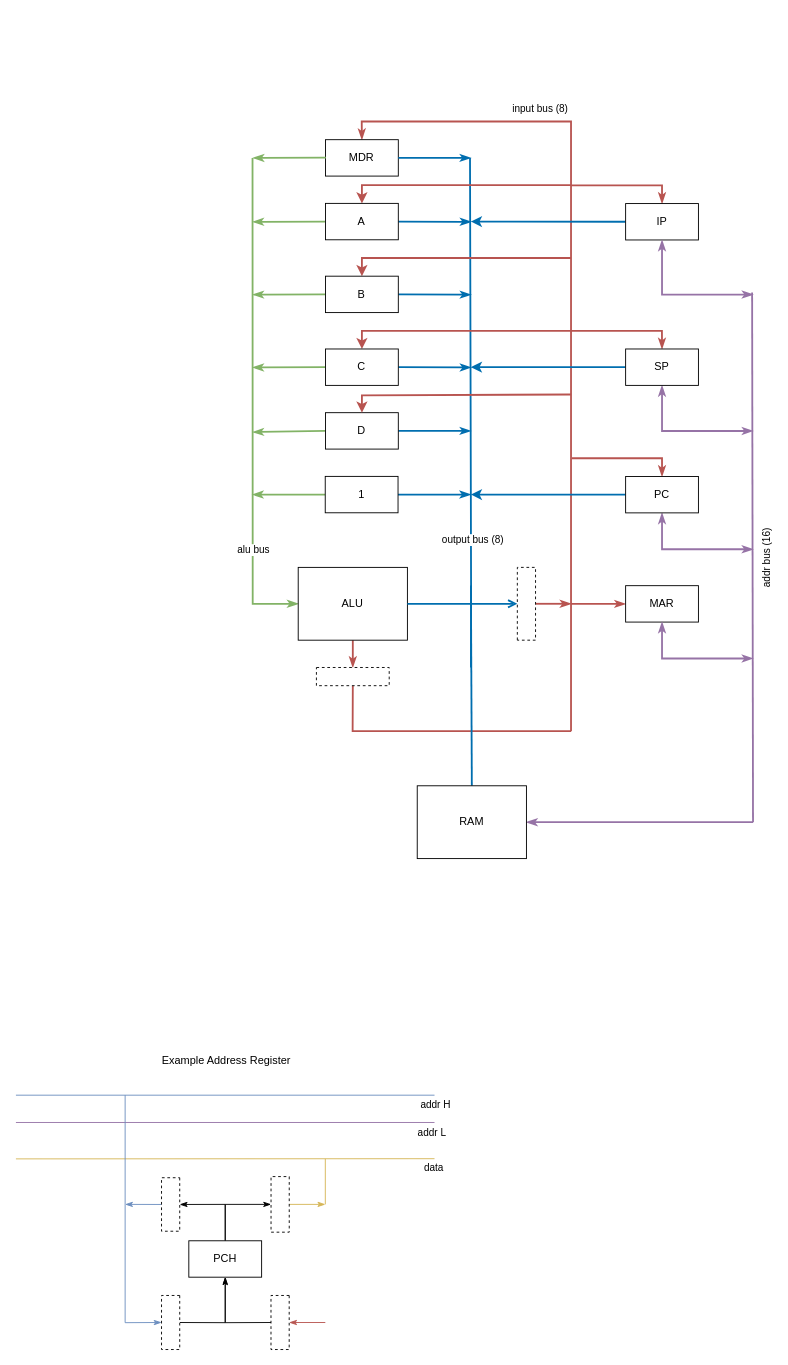
The draw.io diagram design.drawio in ecoshub/asme8, before the edit. Source tidied: cells renumbered, new cells numbered last; positions are measured from the earlier drawing's top-left corner, leaving out a move shared by most shapes. Both pictures are drawn from the tidied source at 91%, with x=0, y=0 at pixel (15, 121).
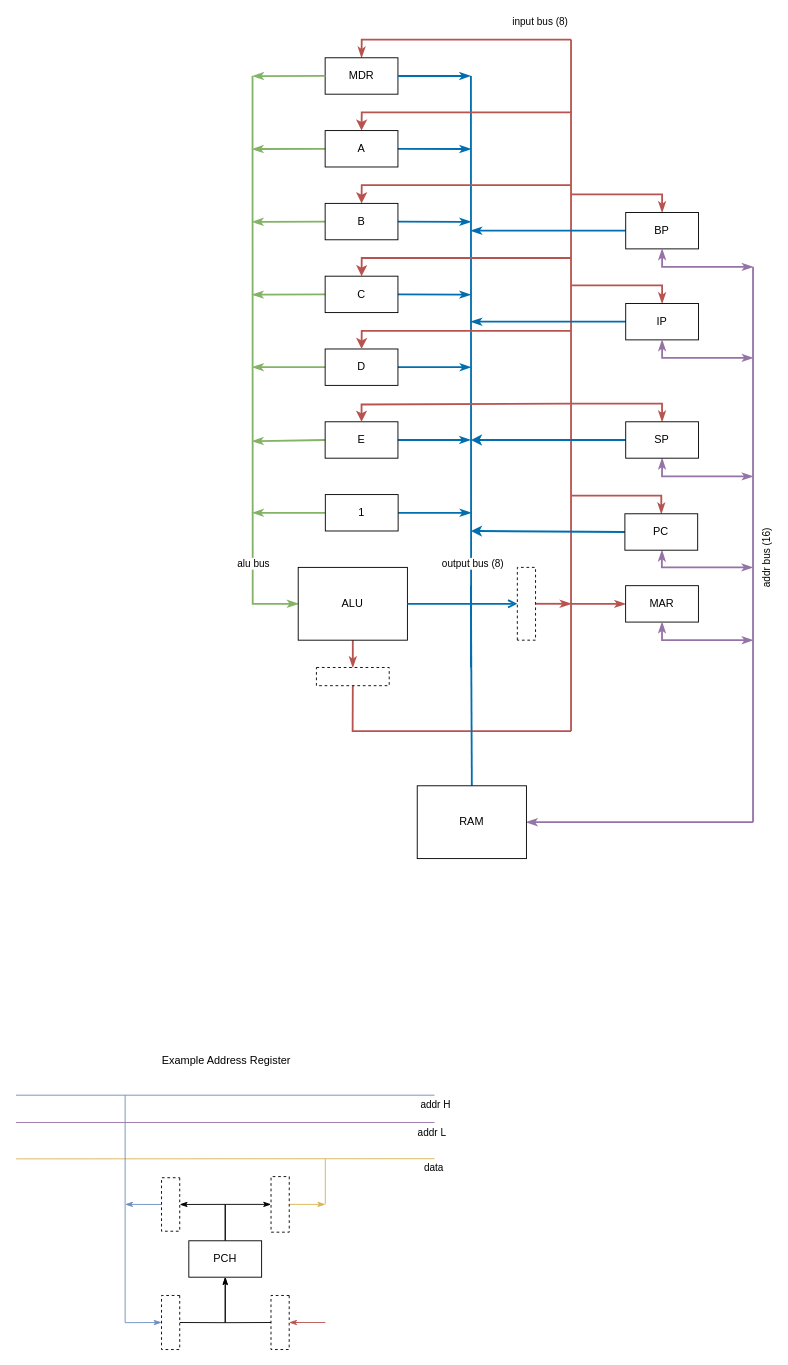
The same page after the edit.

Unchanged cells that the change refers to:
```xml
<mxCell id="7" value="ALU" style="rounded=0;whiteSpace=wrap;html=1;" parent="1" vertex="1">
  <mxGeometry x="310.2" y="490" width="120" height="80" as="geometry" />
</mxCell>
<mxCell id="64" value="MAR" style="rounded=0;whiteSpace=wrap;html=1;" parent="1" vertex="1">
  <mxGeometry x="670" y="510.1" width="80" height="40" as="geometry" />
</mxCell>
```

Diff of the diagram source:
```diff
@@
     <mxCell id="3" style="edgeStyle=none;html=1;exitX=0;exitY=0.5;exitDx=0;exitDy=0;startArrow=classicThin;startFill=1;endArrow=none;endFill=0;fillColor=#d5e8d4;strokeColor=#82b366;strokeWidth=2;rounded=0;" parent="1" edge="1" source="7">
       <mxGeometry relative="1" as="geometry">
-        <mxPoint x="260" y="40" as="targetPoint" />
+        <mxPoint x="260" y="-50" as="targetPoint" />
         <Array as="points">
           <mxPoint x="260.2" y="530" />
         </Array>
       </mxGeometry>
     </mxCell>
     <mxCell id="4" value="alu bus" style="edgeLabel;html=1;align=center;verticalAlign=middle;" parent="3" vertex="1">
       <mxGeometry x="-0.5" y="1" relative="1" as="geometry">
-        <mxPoint x="1" y="25" as="offset" />
+        <mxPoint x="1" y="63" as="offset" />
       </mxGeometry>
     </mxCell>
     <mxCell id="5" style="edgeStyle=none;html=1;startArrow=none;startFill=0;endArrow=none;endFill=0;rounded=0;strokeWidth=2;fillColor=#1ba1e2;strokeColor=#006EAF;" parent="1" edge="1">
       <mxGeometry relative="1" as="geometry">
         <mxPoint x="500" y="600" as="sourcePoint" />
-        <mxPoint x="499" y="40" as="targetPoint" />
+        <mxPoint x="500" y="-50" as="targetPoint" />
         <Array as="points">
           <mxPoint x="500.2" y="530" />
         </Array>
       </mxGeometry>
     </mxCell>
     <mxCell id="6" value="output bus (8)" style="edgeLabel;html=1;align=center;verticalAlign=middle;" parent="5" vertex="1">
       <mxGeometry x="-0.6" relative="1" as="geometry">
-        <mxPoint x="1" y="-29" as="offset" />
+        <mxPoint x="1" y="15" as="offset" />
       </mxGeometry>
     </mxCell>
@@
     <mxCell id="8" style="edgeStyle=none;html=1;exitX=0;exitY=0.5;exitDx=0;exitDy=0;startArrow=none;startFill=0;endArrow=classicThin;endFill=1;fillColor=#d5e8d4;strokeColor=#82b366;strokeWidth=2;" parent="1" edge="1" source="11">
       <mxGeometry relative="1" as="geometry">
-        <mxPoint x="260.2" y="270.3" as="targetPoint" />
+        <mxPoint x="259.8" y="190.3" as="targetPoint" />
       </mxGeometry>
     </mxCell>
     <mxCell id="9" style="edgeStyle=none;html=1;exitX=1;exitY=0.5;exitDx=0;exitDy=0;startArrow=none;startFill=0;endArrow=classicThin;endFill=1;strokeWidth=2;fillColor=#1ba1e2;strokeColor=#006EAF;" parent="1" edge="1" source="11">
       <mxGeometry relative="1" as="geometry">
-        <mxPoint x="500.2" y="270.3" as="targetPoint" />
+        <mxPoint x="499.8" y="190.3" as="targetPoint" />
       </mxGeometry>
     </mxCell>
     <mxCell id="10" style="edgeStyle=none;rounded=0;html=1;exitX=0.5;exitY=0;exitDx=0;exitDy=0;startArrow=classic;startFill=1;endArrow=none;endFill=0;fillColor=#f8cecc;strokeColor=#b85450;strokeWidth=2;" parent="1" edge="1" source="11">
       <mxGeometry relative="1" as="geometry">
-        <mxPoint x="610" y="230" as="targetPoint" />
+        <mxPoint x="610" y="150" as="targetPoint" />
         <Array as="points">
-          <mxPoint x="380.2" y="230" />
+          <mxPoint x="380" y="150" />
         </Array>
       </mxGeometry>
     </mxCell>
     <mxCell id="11" value="C" style="rounded=0;whiteSpace=wrap;html=1;" parent="1" vertex="1">
-      <mxGeometry x="340.2" y="250" width="80" height="40" as="geometry" />
+      <mxGeometry x="339.8" y="170" width="80" height="40" as="geometry" />
     </mxCell>
     <mxCell id="12" style="edgeStyle=none;html=1;exitX=0;exitY=0.5;exitDx=0;exitDy=0;startArrow=none;startFill=0;endArrow=classicThin;endFill=1;fillColor=#d5e8d4;strokeColor=#82b366;strokeWidth=2;" parent="1" edge="1" source="15">
       <mxGeometry relative="1" as="geometry">
-        <mxPoint x="260.2" y="190.3" as="targetPoint" />
+        <mxPoint x="259.8" y="110.3" as="targetPoint" />
       </mxGeometry>
     </mxCell>
     <mxCell id="13" style="edgeStyle=none;html=1;exitX=1;exitY=0.5;exitDx=0;exitDy=0;startArrow=none;startFill=0;endArrow=classicThin;endFill=1;strokeWidth=2;fillColor=#1ba1e2;strokeColor=#006EAF;" parent="1" edge="1" source="15">
       <mxGeometry relative="1" as="geometry">
-        <mxPoint x="500.2" y="190.3" as="targetPoint" />
+        <mxPoint x="499.8" y="110.3" as="targetPoint" />
       </mxGeometry>
     </mxCell>
     <mxCell id="14" style="edgeStyle=none;rounded=0;html=1;exitX=0.5;exitY=0;exitDx=0;exitDy=0;startArrow=classic;startFill=1;endArrow=none;endFill=0;fillColor=#f8cecc;strokeColor=#b85450;strokeWidth=2;" parent="1" edge="1" source="15">
       <mxGeometry relative="1" as="geometry">
-        <mxPoint x="610" y="150" as="targetPoint" />
+        <mxPoint x="610" y="70" as="targetPoint" />
         <Array as="points">
-          <mxPoint x="380.2" y="150" />
+          <mxPoint x="380" y="70" />
         </Array>
       </mxGeometry>
     </mxCell>
     <mxCell id="15" value="B" style="rounded=0;whiteSpace=wrap;html=1;" parent="1" vertex="1">
-      <mxGeometry x="340.2" y="170" width="80" height="40" as="geometry" />
+      <mxGeometry x="339.8" y="90" width="80" height="40" as="geometry" />
     </mxCell>
     <mxCell id="16" style="edgeStyle=none;html=1;exitX=0;exitY=0.5;exitDx=0;exitDy=0;startArrow=none;startFill=0;endArrow=classicThin;endFill=1;fillColor=#d5e8d4;strokeColor=#82b366;strokeWidth=2;" parent="1" edge="1" source="19">
       <mxGeometry relative="1" as="geometry">
-        <mxPoint x="260.2" y="110.3" as="targetPoint" />
+        <mxPoint x="259.8" y="30.3" as="targetPoint" />
       </mxGeometry>
     </mxCell>
     <mxCell id="17" style="edgeStyle=none;html=1;exitX=1;exitY=0.5;exitDx=0;exitDy=0;startArrow=none;startFill=0;endArrow=classicThin;endFill=1;strokeWidth=2;fillColor=#1ba1e2;strokeColor=#006EAF;" parent="1" edge="1" source="19">
       <mxGeometry relative="1" as="geometry">
-        <mxPoint x="500.2" y="110.3" as="targetPoint" />
+        <mxPoint x="499.8" y="30.3" as="targetPoint" />
       </mxGeometry>
     </mxCell>
     <mxCell id="18" style="edgeStyle=none;rounded=0;html=1;exitX=0.5;exitY=0;exitDx=0;exitDy=0;startArrow=classic;startFill=1;endArrow=none;endFill=0;fillColor=#f8cecc;strokeColor=#b85450;strokeWidth=2;" parent="1" edge="1" source="19">
       <mxGeometry relative="1" as="geometry">
-        <mxPoint x="610" y="70" as="targetPoint" />
+        <mxPoint x="610" y="-10" as="targetPoint" />
         <Array as="points">
-          <mxPoint x="380.2" y="70" />
+          <mxPoint x="380" y="-10" />
         </Array>
       </mxGeometry>
     </mxCell>
     <mxCell id="19" value="A" style="rounded=0;whiteSpace=wrap;html=1;" parent="1" vertex="1">
-      <mxGeometry x="340.2" y="90" width="80" height="40" as="geometry" />
+      <mxGeometry x="339.8" y="10" width="80" height="40" as="geometry" />
     </mxCell>
@@
     <mxCell id="25" style="edgeStyle=none;html=1;exitX=0;exitY=0.5;exitDx=0;exitDy=0;startArrow=none;startFill=0;endArrow=classicThin;endFill=1;fillColor=#d5e8d4;strokeColor=#82b366;strokeWidth=2;" parent="1" edge="1" source="27">
       <mxGeometry relative="1" as="geometry">
-        <mxPoint x="259.8" y="410" as="targetPoint" />
+        <mxPoint x="260" y="430" as="targetPoint" />
       </mxGeometry>
     </mxCell>
     <mxCell id="26" style="edgeStyle=none;html=1;exitX=1;exitY=0.5;exitDx=0;exitDy=0;startArrow=none;startFill=0;endArrow=classicThin;endFill=1;strokeWidth=2;fillColor=#1ba1e2;strokeColor=#006EAF;" parent="1" edge="1" source="27">
       <mxGeometry relative="1" as="geometry">
-        <mxPoint x="499.8" y="410" as="targetPoint" />
+        <mxPoint x="500" y="430" as="targetPoint" />
       </mxGeometry>
     </mxCell>
     <mxCell id="27" value="1" style="rounded=0;whiteSpace=wrap;html=1;" parent="1" vertex="1">
-      <mxGeometry x="339.9" y="390" width="80" height="40" as="geometry" />
+      <mxGeometry x="340" y="410" width="80" height="40" as="geometry" />
     </mxCell>
     <mxCell id="28" style="endArrow=none;html=1;rounded=0;fillColor=#f8cecc;strokeColor=#b85450;strokeWidth=2;" parent="1" edge="1">
       <mxGeometry relative="1" as="geometry">
         <mxPoint x="610" y="670" as="sourcePoint" />
-        <mxPoint x="610" y="70" as="targetPoint" />
+        <mxPoint x="610" y="-90" as="targetPoint" />
       </mxGeometry>
     </mxCell>
     <mxCell id="29" value="input bus (8)" style="edgeLabel;html=1;align=center;verticalAlign=middle;" parent="28" vertex="1">
       <mxGeometry x="0.84" y="-1" relative="1" as="geometry">
-        <mxPoint x="-36" y="-133" as="offset" />
+        <mxPoint x="-36" y="-81" as="offset" />
       </mxGeometry>
     </mxCell>
     <mxCell id="30" style="edgeStyle=none;html=1;exitX=0;exitY=0.5;exitDx=0;exitDy=0;startArrow=none;startFill=0;endArrow=classicThin;endFill=1;fillColor=#d5e8d4;strokeColor=#82b366;strokeWidth=2;" parent="1" edge="1" source="32">
       <mxGeometry relative="1" as="geometry">
-        <mxPoint x="260.2" y="341.3" as="targetPoint" />
+        <mxPoint x="260" y="270" as="targetPoint" />
       </mxGeometry>
     </mxCell>
     <mxCell id="31" style="edgeStyle=none;html=1;exitX=1;exitY=0.5;exitDx=0;exitDy=0;startArrow=none;startFill=0;endArrow=classicThin;endFill=1;strokeWidth=2;fillColor=#1ba1e2;strokeColor=#006EAF;" parent="1" edge="1" source="32">
       <mxGeometry relative="1" as="geometry">
-        <mxPoint x="500" y="340" as="targetPoint" />
+        <mxPoint x="500" y="270" as="targetPoint" />
       </mxGeometry>
     </mxCell>
     <mxCell id="32" value="D" style="rounded=0;whiteSpace=wrap;html=1;" parent="1" vertex="1">
-      <mxGeometry x="340.2" y="320" width="80" height="40" as="geometry" />
+      <mxGeometry x="339.8" y="250" width="80" height="40" as="geometry" />
     </mxCell>
     <mxCell id="33" style="edgeStyle=none;rounded=0;html=1;startArrow=classic;startFill=1;endArrow=none;endFill=0;fillColor=#f8cecc;strokeColor=#b85450;strokeWidth=2;exitX=0.5;exitY=0;exitDx=0;exitDy=0;" parent="1" edge="1" source="32">
       <mxGeometry relative="1" as="geometry">
-        <mxPoint x="610" y="300" as="targetPoint" />
+        <mxPoint x="610" y="230" as="targetPoint" />
         <Array as="points">
-          <mxPoint x="380.2" y="301" />
+          <mxPoint x="380" y="230" />
         </Array>
       </mxGeometry>
     </mxCell>
-    <mxCell id="34" style="edgeStyle=none;rounded=0;html=1;strokeWidth=2;fillColor=#e1d5e7;strokeColor=#9673a6;exitX=0.5;exitY=1;exitDx=0;exitDy=0;startArrow=classicThin;startFill=1;endArrow=classicThin;endFill=1;" parent="1" edge="1" source="37">
+    <mxCell id="34" style="edgeStyle=none;rounded=0;html=1;strokeWidth=2;fillColor=#e1d5e7;strokeColor=#9673a6;exitX=0.509;exitY=1.004;exitDx=0;exitDy=0;startArrow=classicThin;startFill=1;endArrow=classicThin;endFill=1;exitPerimeter=0;" parent="1" edge="1" source="37">
       <mxGeometry relative="1" as="geometry">
-        <mxPoint x="810" y="470.1" as="targetPoint" />
+        <mxPoint x="809.8" y="490" as="targetPoint" />
         <Array as="points">
-          <mxPoint x="710" y="470.1" />
+          <mxPoint x="709.8" y="490" />
         </Array>
       </mxGeometry>
     </mxCell>
     <mxCell id="35" style="edgeStyle=none;rounded=0;html=1;startArrow=classicThin;startFill=1;endArrow=none;endFill=0;strokeWidth=2;fillColor=#f8cecc;strokeColor=#b85450;exitX=0.5;exitY=0;exitDx=0;exitDy=0;" parent="1" edge="1" source="37">
       <mxGeometry relative="1" as="geometry">
-        <mxPoint x="611" y="370.1" as="targetPoint" />
+        <mxPoint x="610.2" y="411.1" as="targetPoint" />
         <Array as="points">
-          <mxPoint x="710" y="370.1" />
+          <mxPoint x="709.2" y="411.1" />
         </Array>
       </mxGeometry>
     </mxCell>
     <mxCell id="36" style="edgeStyle=none;html=1;exitX=0;exitY=0.5;exitDx=0;exitDy=0;strokeWidth=2;fillColor=#1ba1e2;strokeColor=#006EAF;" parent="1" edge="1" source="37">
       <mxGeometry relative="1" as="geometry">
-        <mxPoint x="500" y="410" as="targetPoint" />
+        <mxPoint x="500" y="450" as="targetPoint" />
       </mxGeometry>
     </mxCell>
     <mxCell id="37" value="PC" style="rounded=0;whiteSpace=wrap;html=1;" parent="1" vertex="1">
-      <mxGeometry x="670" y="390.1" width="80" height="40" as="geometry" />
+      <mxGeometry x="669.2" y="431.1" width="80" height="40" as="geometry" />
     </mxCell>
@@
     <mxCell id="39" style="endArrow=none;html=1;rounded=0;strokeWidth=2;fillColor=#e1d5e7;strokeColor=#9673a6;" parent="1" edge="1">
       <mxGeometry relative="1" as="geometry">
         <mxPoint x="810" y="770" as="sourcePoint" />
-        <mxPoint x="809" y="188" as="targetPoint" />
+        <mxPoint x="810" y="160" as="targetPoint" />
       </mxGeometry>
     </mxCell>
@@
     <mxCell id="59" style="edgeStyle=none;rounded=0;html=1;strokeWidth=2;fillColor=#e1d5e7;strokeColor=#9673a6;exitX=0.5;exitY=1;exitDx=0;exitDy=0;startArrow=classicThin;startFill=1;endArrow=classicThin;endFill=1;" parent="1" edge="1" source="62">
       <mxGeometry relative="1" as="geometry">
-        <mxPoint x="810" y="340.1" as="targetPoint" />
+        <mxPoint x="810" y="390" as="targetPoint" />
         <Array as="points">
-          <mxPoint x="710" y="340.1" />
+          <mxPoint x="710" y="390" />
         </Array>
       </mxGeometry>
     </mxCell>
     <mxCell id="60" style="edgeStyle=none;rounded=0;html=1;startArrow=classicThin;startFill=1;endArrow=none;endFill=0;strokeWidth=2;fillColor=#f8cecc;strokeColor=#b85450;exitX=0.5;exitY=0;exitDx=0;exitDy=0;" parent="1" edge="1" source="62">
       <mxGeometry relative="1" as="geometry">
-        <mxPoint x="609.9" y="230" as="targetPoint" />
+        <mxPoint x="610" y="310" as="targetPoint" />
         <Array as="points">
-          <mxPoint x="709.9" y="230" />
+          <mxPoint x="710" y="310" />
         </Array>
       </mxGeometry>
     </mxCell>
     <mxCell id="61" style="edgeStyle=none;html=1;exitX=0;exitY=0.5;exitDx=0;exitDy=0;strokeWidth=2;fillColor=#1ba1e2;strokeColor=#006EAF;" parent="1" edge="1" source="62">
       <mxGeometry relative="1" as="geometry">
-        <mxPoint x="500" y="270" as="targetPoint" />
+        <mxPoint x="500" y="350" as="targetPoint" />
       </mxGeometry>
     </mxCell>
     <mxCell id="62" value="SP" style="rounded=0;whiteSpace=wrap;html=1;" parent="1" vertex="1">
-      <mxGeometry x="670" y="250" width="80" height="40" as="geometry" />
+      <mxGeometry x="670.1" y="330" width="80" height="40" as="geometry" />
     </mxCell>
@@
     <mxCell id="65" style="edgeStyle=none;rounded=0;html=1;strokeWidth=2;fillColor=#e1d5e7;strokeColor=#9673a6;startArrow=classicThin;startFill=1;endArrow=classicThin;endFill=1;" parent="1" edge="1" source="64">
       <mxGeometry relative="1" as="geometry">
-        <mxPoint x="810" y="590.1" as="targetPoint" />
+        <mxPoint x="810" y="570" as="targetPoint" />
         <Array as="points">
-          <mxPoint x="710" y="590.1" />
+          <mxPoint x="710" y="570" />
         </Array>
       </mxGeometry>
     </mxCell>
     <mxCell id="66" style="edgeStyle=none;rounded=0;html=1;exitX=0.5;exitY=0;exitDx=0;exitDy=0;strokeWidth=2;startArrow=classicThin;startFill=1;endArrow=none;endFill=0;fillColor=#f8cecc;strokeColor=#b85450;" parent="1" edge="1" source="67">
       <mxGeometry relative="1" as="geometry">
-        <mxPoint x="610" y="70" as="targetPoint" />
+        <mxPoint x="610" y="-90" as="targetPoint" />
         <Array as="points">
-          <mxPoint x="380" />
-          <mxPoint x="610" />
+          <mxPoint x="380" y="-90" />
         </Array>
       </mxGeometry>
     </mxCell>
     <mxCell id="67" value="MDR" style="rounded=0;whiteSpace=wrap;html=1;" parent="1" vertex="1">
-      <mxGeometry x="340.2" y="20" width="80" height="40" as="geometry" />
+      <mxGeometry x="339.8" y="-70" width="80" height="40" as="geometry" />
     </mxCell>
@@
     <mxCell id="72" style="edgeStyle=none;html=1;exitX=1;exitY=0.5;exitDx=0;exitDy=0;startArrow=none;startFill=0;endArrow=classicThin;endFill=1;strokeWidth=2;fillColor=#1ba1e2;strokeColor=#006EAF;" parent="1" edge="1" source="67">
       <mxGeometry relative="1" as="geometry">
-        <mxPoint x="500" y="40" as="targetPoint" />
+        <mxPoint x="499.6" y="-50" as="targetPoint" />
       </mxGeometry>
     </mxCell>
@@
     <mxCell id="75" style="edgeStyle=none;html=1;exitX=0;exitY=0.5;exitDx=0;exitDy=0;startArrow=none;startFill=0;endArrow=classicThin;endFill=1;fillColor=#d5e8d4;strokeColor=#82b366;strokeWidth=2;" parent="1" edge="1">
       <mxGeometry relative="1" as="geometry">
-        <mxPoint x="340.6" y="39.8" as="sourcePoint" />
-        <mxPoint x="260.6" y="40.1" as="targetPoint" />
+        <mxPoint x="340.2" y="-50.2" as="sourcePoint" />
+        <mxPoint x="260.2" y="-49.9" as="targetPoint" />
       </mxGeometry>
     </mxCell>
-    <mxCell id="76" style="edgeStyle=none;html=1;exitX=0;exitY=0.5;exitDx=0;exitDy=0;strokeWidth=2;fillColor=#1ba1e2;strokeColor=#006EAF;" parent="1" edge="1" source="78">
+    <mxCell id="76" style="edgeStyle=none;html=1;exitX=0;exitY=0.5;exitDx=0;exitDy=0;strokeWidth=2;fillColor=#1ba1e2;strokeColor=#006EAF;endArrow=classicThin;endFill=1;" parent="1" edge="1" source="78">
       <mxGeometry relative="1" as="geometry">
-        <mxPoint x="500" y="110" as="targetPoint" />
+        <mxPoint x="500" y="220" as="targetPoint" />
       </mxGeometry>
     </mxCell>
     <mxCell id="77" style="edgeStyle=none;html=1;exitX=0.5;exitY=0;exitDx=0;exitDy=0;strokeWidth=2;rounded=0;startArrow=classicThin;startFill=1;endArrow=none;endFill=0;fillColor=#f8cecc;strokeColor=#b85450;" parent="1" edge="1" source="78">
       <mxGeometry relative="1" as="geometry">
-        <mxPoint x="610" y="70.2" as="targetPoint" />
+        <mxPoint x="610.1" y="180" as="targetPoint" />
         <Array as="points">
-          <mxPoint x="710" y="70.2" />
+          <mxPoint x="710.1" y="180" />
         </Array>
       </mxGeometry>
     </mxCell>
     <mxCell id="78" value="IP" style="rounded=0;whiteSpace=wrap;html=1;" parent="1" vertex="1">
-      <mxGeometry x="670" y="90.2" width="80" height="40" as="geometry" />
+      <mxGeometry x="670.1" y="200" width="80" height="40" as="geometry" />
     </mxCell>
     <mxCell id="79" style="edgeStyle=none;rounded=0;html=1;strokeWidth=2;fillColor=#e1d5e7;strokeColor=#9673a6;exitX=0.5;exitY=1;exitDx=0;exitDy=0;startArrow=classicThin;startFill=1;endArrow=classicThin;endFill=1;" parent="1" edge="1" source="78">
       <mxGeometry relative="1" as="geometry">
-        <mxPoint x="810" y="190.2" as="targetPoint" />
+        <mxPoint x="810.1" y="259.8" as="targetPoint" />
         <Array as="points">
-          <mxPoint x="710" y="190.2" />
+          <mxPoint x="710.1" y="259.8" />
         </Array>
       </mxGeometry>
     </mxCell>
@@
+    <mxCell id="81" style="edgeStyle=none;html=1;exitX=0;exitY=0.5;exitDx=0;exitDy=0;strokeWidth=2;fillColor=#1ba1e2;strokeColor=#006EAF;endArrow=classicThin;endFill=1;" parent="1" edge="1" source="83">
+      <mxGeometry relative="1" as="geometry">
+        <mxPoint x="500" y="120" as="targetPoint" />
+      </mxGeometry>
+    </mxCell>
+    <mxCell id="82" style="edgeStyle=none;html=1;exitX=0.5;exitY=0;exitDx=0;exitDy=0;strokeWidth=2;rounded=0;startArrow=classicThin;startFill=1;endArrow=none;endFill=0;fillColor=#f8cecc;strokeColor=#b85450;" parent="1" edge="1" source="83">
+      <mxGeometry relative="1" as="geometry">
+        <mxPoint x="610.1" y="80" as="targetPoint" />
+        <Array as="points">
+          <mxPoint x="710.1" y="80" />
+        </Array>
+      </mxGeometry>
+    </mxCell>
+    <mxCell id="83" value="BP" style="rounded=0;whiteSpace=wrap;html=1;" parent="1" vertex="1">
+      <mxGeometry x="670.1" y="100" width="80" height="40" as="geometry" />
+    </mxCell>
+    <mxCell id="84" style="edgeStyle=none;rounded=0;html=1;strokeWidth=2;fillColor=#e1d5e7;strokeColor=#9673a6;exitX=0.5;exitY=1;exitDx=0;exitDy=0;startArrow=classicThin;startFill=1;endArrow=classicThin;endFill=1;" parent="1" edge="1" source="83">
+      <mxGeometry relative="1" as="geometry">
+        <mxPoint x="810.1" y="159.8" as="targetPoint" />
+        <Array as="points">
+          <mxPoint x="710.1" y="159.8" />
+        </Array>
+      </mxGeometry>
+    </mxCell>
+    <mxCell id="85" style="edgeStyle=none;html=1;exitX=0;exitY=0.5;exitDx=0;exitDy=0;startArrow=none;startFill=0;endArrow=classicThin;endFill=1;fillColor=#d5e8d4;strokeColor=#82b366;strokeWidth=2;" parent="1" edge="1" source="87">
+      <mxGeometry relative="1" as="geometry">
+        <mxPoint x="259.8" y="351.3" as="targetPoint" />
+      </mxGeometry>
+    </mxCell>
+    <mxCell id="86" style="edgeStyle=none;html=1;exitX=1;exitY=0.5;exitDx=0;exitDy=0;startArrow=none;startFill=0;endArrow=classicThin;endFill=1;strokeWidth=2;fillColor=#1ba1e2;strokeColor=#006EAF;" parent="1" edge="1" source="87">
+      <mxGeometry relative="1" as="geometry">
+        <mxPoint x="499.6" y="350" as="targetPoint" />
+      </mxGeometry>
+    </mxCell>
+    <mxCell id="87" value="E" style="rounded=0;whiteSpace=wrap;html=1;" parent="1" vertex="1">
+      <mxGeometry x="339.8" y="330" width="80" height="40" as="geometry" />
+    </mxCell>
+    <mxCell id="88" style="edgeStyle=none;rounded=0;html=1;startArrow=classic;startFill=1;endArrow=none;endFill=0;fillColor=#f8cecc;strokeColor=#b85450;strokeWidth=2;exitX=0.5;exitY=0;exitDx=0;exitDy=0;" parent="1" edge="1" source="87">
+      <mxGeometry relative="1" as="geometry">
+        <mxPoint x="609.6" y="310" as="targetPoint" />
+        <Array as="points">
+          <mxPoint x="379.8" y="311" />
+        </Array>
+      </mxGeometry>
+    </mxCell>
```
